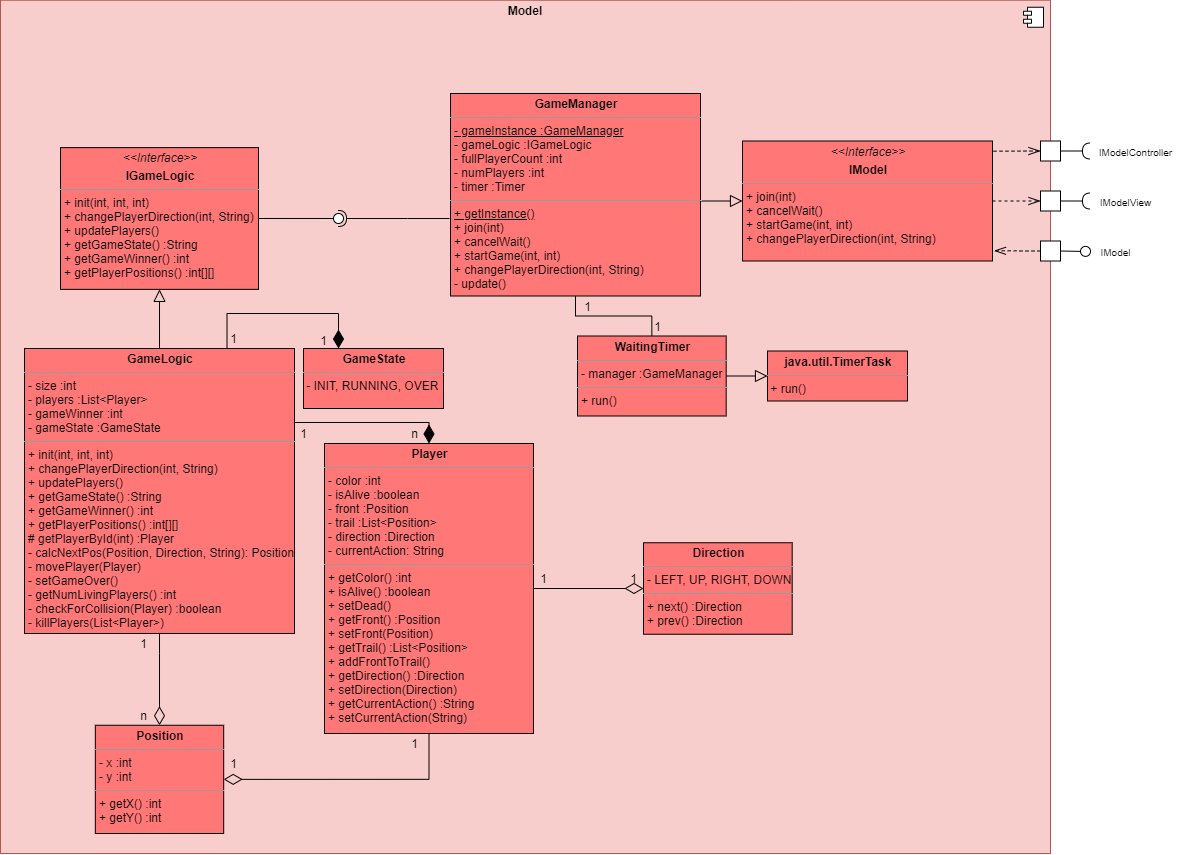
The draw.io diagram Doku/images/Model_Ebene3_Refactor.png in KjellooMelloo/gameoftrons, before a commit. Source tidied: cells renumbered, new cells last; positions are measured from the earlier drawing's top-left corner, leaving out a move shared by most shapes.
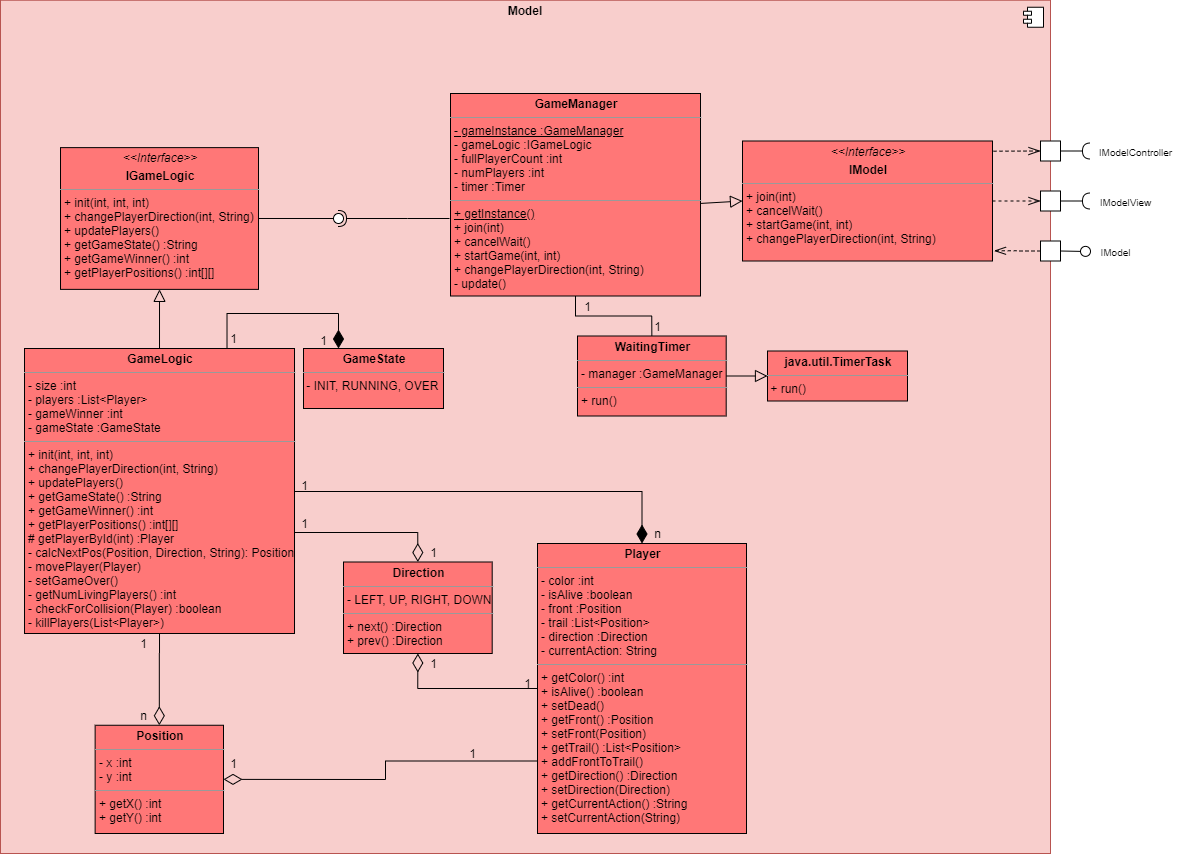
Above is the later version.

The edit, as a diff of the source:
```diff
@@ -35,7 +35,7 @@
       <mxGeometry x="450" y="93" width="250" height="202.5" as="geometry" />
     </mxCell>
     <mxCell id="9" value="&lt;p style=&quot;margin: 0px ; margin-top: 4px ; text-align: center&quot;&gt;&lt;b&gt;Position&lt;/b&gt;&lt;/p&gt;&lt;hr size=&quot;1&quot;&gt;&lt;p style=&quot;margin: 0px ; margin-left: 4px&quot;&gt;- x :int&lt;/p&gt;&lt;p style=&quot;margin: 0px ; margin-left: 4px&quot;&gt;- y :int&lt;/p&gt;&lt;hr size=&quot;1&quot;&gt;&lt;p style=&quot;margin: 0px ; margin-left: 4px&quot;&gt;+ getX() :int&lt;br&gt;+ getY() :int&lt;/p&gt;&lt;p style=&quot;margin: 0px ; margin-left: 4px&quot;&gt;&lt;br&gt;&lt;/p&gt;" style="verticalAlign=top;align=left;overflow=fill;fontSize=12;fontFamily=Helvetica;html=1;fillColor=#FF7777;strokeColor=#000000;" parent="1" vertex="1">
-      <mxGeometry x="94.8" y="724.8" width="128.4" height="108.2" as="geometry" />
+      <mxGeometry x="94.6" y="724.8" width="128.4" height="108.2" as="geometry" />
     </mxCell>
     <mxCell id="10" style="edgeStyle=orthogonalEdgeStyle;rounded=0;jettySize=auto;html=1;entryX=0.5;entryY=1;entryDx=0;entryDy=0;endArrow=block;endFill=0;endSize=10;" parent="1" edge="1" source="11" target="33">
       <mxGeometry relative="1" as="geometry" />
@@ -43,18 +43,19 @@
     <mxCell id="11" value="&lt;p style=&quot;margin: 0px ; margin-top: 4px ; text-align: center&quot;&gt;&lt;b&gt;GameLogic&lt;/b&gt;&lt;/p&gt;&lt;hr size=&quot;1&quot;&gt;&lt;p style=&quot;margin: 0px ; margin-left: 4px&quot;&gt;- size :int&lt;/p&gt;&lt;p style=&quot;margin: 0px ; margin-left: 4px&quot;&gt;- players :List&amp;lt;Player&amp;gt;&lt;/p&gt;&lt;p style=&quot;margin: 0px 0px 0px 4px&quot;&gt;&lt;span&gt;- gameWinner :int&lt;/span&gt;&lt;br&gt;&lt;/p&gt;&lt;p style=&quot;margin: 0px ; margin-left: 4px&quot;&gt;- gameState :GameState&lt;/p&gt;&lt;hr size=&quot;1&quot;&gt;&lt;p style=&quot;margin: 0px ; margin-left: 4px&quot;&gt;&lt;span&gt;+ init(int, int, int)&lt;/span&gt;&lt;/p&gt;&lt;p style=&quot;margin: 0px ; margin-left: 4px&quot;&gt;&lt;span&gt;+ changePlayerDirection(int, String)&lt;/span&gt;&lt;br&gt;&lt;/p&gt;&lt;p style=&quot;margin: 0px ; margin-left: 4px&quot;&gt;&lt;span&gt;+ updatePlayers()&lt;/span&gt;&lt;/p&gt;&lt;p style=&quot;margin: 0px ; margin-left: 4px&quot;&gt;&lt;span&gt;+ getGameState() :String&lt;/span&gt;&lt;br&gt;&lt;/p&gt;&lt;p style=&quot;margin: 0px ; margin-left: 4px&quot;&gt;&lt;span&gt;+ getGameWinner() :int&lt;/span&gt;&lt;/p&gt;&lt;p style=&quot;margin: 0px ; margin-left: 4px&quot;&gt;+ getPlayerPositions() :int[][]&lt;/p&gt;&lt;p style=&quot;margin: 0px ; margin-left: 4px&quot;&gt;&lt;span&gt;# getPlayerById(int) :Player&lt;/span&gt;&lt;br&gt;&lt;/p&gt;&lt;p style=&quot;margin: 0px ; margin-left: 4px&quot;&gt;- calcNextPos(Position, Direction, String): Position&lt;/p&gt;&lt;p style=&quot;margin: 0px ; margin-left: 4px&quot;&gt;- movePlayer(Player)&lt;/p&gt;&lt;p style=&quot;margin: 0px ; margin-left: 4px&quot;&gt;- setGameOver()&lt;/p&gt;&lt;p style=&quot;margin: 0px 0px 0px 4px&quot;&gt;- getNumLivingPlayers() :int&lt;/p&gt;&lt;p style=&quot;margin: 0px 0px 0px 4px&quot;&gt;- checkForCollision(Player) :boolean&lt;/p&gt;&lt;p style=&quot;margin: 0px 0px 0px 4px&quot;&gt;- killPlayers(List&amp;lt;Player&amp;gt;)&lt;/p&gt;" style="verticalAlign=top;align=left;overflow=fill;fontSize=12;fontFamily=Helvetica;html=1;fillColor=#FF7777;strokeColor=#000000;" parent="1" vertex="1">
       <mxGeometry x="24" y="348" width="270" height="285" as="geometry" />
     </mxCell>
-    <mxCell id="12" style="endArrow=diamondThin;endSize=16;endFill=1;shadow=0;strokeWidth=1;rounded=0;edgeStyle=elbowEdgeStyle;elbow=vertical;entryX=0.5;entryY=0;entryDx=0;entryDy=0;exitX=1;exitY=0.25;exitDx=0;exitDy=0;" parent="1" edge="1" source="11" target="14">
+    <mxCell id="12" style="endArrow=diamondThin;endSize=16;endFill=1;shadow=0;strokeWidth=1;rounded=0;edgeStyle=elbowEdgeStyle;elbow=vertical;entryX=0.5;entryY=0;entryDx=0;entryDy=0;" parent="1" edge="1" target="14">
       <mxGeometry relative="1" as="geometry">
+        <mxPoint x="294" y="491" as="sourcePoint" />
         <Array as="points">
-          <mxPoint x="363" y="422" />
+          <mxPoint x="437" y="491" />
         </Array>
       </mxGeometry>
     </mxCell>
-    <mxCell id="13" style="edgeStyle=orthogonalEdgeStyle;rounded=0;jettySize=auto;html=1;entryX=0;entryY=0.5;entryDx=0;entryDy=0;endArrow=diamondThin;endFill=0;endSize=16;" parent="1" edge="1" source="14" target="46">
+    <mxCell id="13" style="edgeStyle=orthogonalEdgeStyle;rounded=0;jettySize=auto;html=1;entryX=0.5;entryY=1;entryDx=0;entryDy=0;endArrow=diamondThin;endFill=0;endSize=16;" parent="1" edge="1" source="14" target="46">
       <mxGeometry relative="1" as="geometry" />
     </mxCell>
     <mxCell id="14" value="&lt;p style=&quot;margin: 0px ; margin-top: 4px ; text-align: center&quot;&gt;&lt;b&gt;Player&lt;/b&gt;&lt;/p&gt;&lt;hr size=&quot;1&quot;&gt;&lt;p style=&quot;margin: 0px ; margin-left: 4px&quot;&gt;&lt;span&gt;- color :int&lt;/span&gt;&lt;/p&gt;&lt;p style=&quot;margin: 0px ; margin-left: 4px&quot;&gt;&lt;span&gt;- isAlive :boolean&lt;/span&gt;&lt;/p&gt;&lt;p style=&quot;margin: 0px ; margin-left: 4px&quot;&gt;- front :Position&lt;/p&gt;&lt;p style=&quot;margin: 0px ; margin-left: 4px&quot;&gt;- trail :List&amp;lt;Position&amp;gt;&lt;/p&gt;&lt;p style=&quot;margin: 0px ; margin-left: 4px&quot;&gt;- direction :Direction&lt;/p&gt;&lt;p style=&quot;margin: 0px ; margin-left: 4px&quot;&gt;- currentAction: String&lt;/p&gt;&lt;hr size=&quot;1&quot;&gt;&lt;p style=&quot;margin: 0px 0px 0px 4px&quot;&gt;&lt;span&gt;+ getColor() :int&lt;/span&gt;&lt;br&gt;&lt;/p&gt;&lt;p style=&quot;margin: 0px ; margin-left: 4px&quot;&gt;&lt;span&gt;+ isAlive() :boolean&lt;/span&gt;&lt;/p&gt;&lt;p style=&quot;margin: 0px ; margin-left: 4px&quot;&gt;&lt;span&gt;+ setDead()&lt;/span&gt;&lt;/p&gt;&lt;p style=&quot;margin: 0px ; margin-left: 4px&quot;&gt;+ getFront() :Position&lt;/p&gt;&lt;p style=&quot;margin: 0px ; margin-left: 4px&quot;&gt;+ setFront(Position)&lt;/p&gt;&lt;p style=&quot;margin: 0px ; margin-left: 4px&quot;&gt;&lt;span&gt;+ getTrail() :List&amp;lt;Position&amp;gt;&lt;/span&gt;&lt;br&gt;&lt;/p&gt;&lt;p style=&quot;margin: 0px ; margin-left: 4px&quot;&gt;&lt;span&gt;+ addFrontToTrail()&lt;/span&gt;&lt;/p&gt;&lt;p style=&quot;margin: 0px ; margin-left: 4px&quot;&gt;+ getDirection() :Direction&lt;/p&gt;&lt;p style=&quot;margin: 0px ; margin-left: 4px&quot;&gt;+ setDirection(Direction)&lt;/p&gt;&lt;p style=&quot;margin: 0px ; margin-left: 4px&quot;&gt;+ getCurrentAction() :String&lt;/p&gt;&lt;p style=&quot;margin: 0px ; margin-left: 4px&quot;&gt;+ setCurrentAction(String)&lt;/p&gt;" style="verticalAlign=top;align=left;overflow=fill;fontSize=12;fontFamily=Helvetica;html=1;fillColor=#FF7777;strokeColor=#000000;" parent="1" vertex="1">
-      <mxGeometry x="324" y="443" width="209" height="290" as="geometry" />
+      <mxGeometry x="537" y="543" width="209" height="290" as="geometry" />
     </mxCell>
     <mxCell id="15" style="rounded=0;whiteSpace=wrap;html=1;" parent="1" vertex="1">
       <mxGeometry x="1040" y="140.5" width="20" height="20" as="geometry" />
@@ -87,16 +88,16 @@
       <mxGeometry x="133" y="633" width="20" height="20" as="geometry" />
     </mxCell>
     <mxCell id="25" value="1" style="text;html=1;align=center;verticalAlign=middle;" parent="1" vertex="1">
-      <mxGeometry x="293" y="423" width="20" height="20" as="geometry" />
+      <mxGeometry x="294" y="474.8" width="20" height="20" as="geometry" />
     </mxCell>
     <mxCell id="26" value="n" style="text;html=1;align=center;verticalAlign=middle;" parent="1" vertex="1">
-      <mxGeometry x="404" y="423" width="20" height="20" as="geometry" />
+      <mxGeometry x="647" y="523" width="20" height="20" as="geometry" />
     </mxCell>
     <mxCell id="27" value="1" style="text;html=1;align=center;verticalAlign=middle;" parent="1" vertex="1">
       <mxGeometry x="223.2" y="753" width="20" height="20" as="geometry" />
     </mxCell>
     <mxCell id="28" value="1" style="text;html=1;align=center;verticalAlign=middle;" parent="1" vertex="1">
-      <mxGeometry x="404" y="733" width="20" height="20" as="geometry" />
+      <mxGeometry x="461.7" y="743" width="20" height="20" as="geometry" />
     </mxCell>
     <mxCell id="29" value="&lt;p style=&quot;margin: 0px ; margin-top: 4px ; text-align: center&quot;&gt;&lt;b&gt;GameState&lt;/b&gt;&lt;/p&gt;&lt;hr size=&quot;1&quot;&gt;&lt;div style=&quot;height: 2px&quot;&gt;&amp;nbsp;- INIT, RUNNING, OVER&lt;/div&gt;" style="verticalAlign=top;align=left;overflow=fill;fontSize=12;fontFamily=Helvetica;html=1;fillColor=#FF7777;" parent="1" vertex="1">
       <mxGeometry x="303" y="348" width="140" height="60" as="geometry" />
@@ -142,10 +143,10 @@
       <mxGeometry x="333" y="213" width="10" height="10" as="geometry" />
     </mxCell>
     <mxCell id="39" value="1" style="text;html=1;align=center;verticalAlign=middle;" parent="1" vertex="1">
-      <mxGeometry x="533" y="568" width="20" height="20" as="geometry" />
+      <mxGeometry x="517" y="673" width="20" height="20" as="geometry" />
     </mxCell>
     <mxCell id="40" value="1" style="text;html=1;align=center;verticalAlign=middle;" parent="1" vertex="1">
-      <mxGeometry x="623" y="568" width="20" height="20" as="geometry" />
+      <mxGeometry x="423" y="653" width="20" height="20" as="geometry" />
     </mxCell>
     <mxCell id="41" style="rounded=0;whiteSpace=wrap;html=1;" parent="1" vertex="1">
       <mxGeometry x="1040" y="190.5" width="20" height="20" as="geometry" />
@@ -163,11 +164,11 @@
     <mxCell id="44" style="rounded=0;jettySize=auto;html=1;endArrow=halfCircle;endFill=0;endSize=6;strokeWidth=1;exitX=1;exitY=0.5;exitDx=0;exitDy=0;" parent="1" edge="1" source="41" target="43">
       <mxGeometry relative="1" as="geometry" />
     </mxCell>
-    <mxCell id="45" style="edgeStyle=orthogonalEdgeStyle;rounded=0;jettySize=auto;html=1;entryX=1;entryY=0.5;entryDx=0;entryDy=0;endArrow=diamondThin;endFill=0;endSize=16;exitX=0.5;exitY=1;exitDx=0;exitDy=0;" parent="1" edge="1" source="14" target="9">
+    <mxCell id="45" style="edgeStyle=orthogonalEdgeStyle;rounded=0;jettySize=auto;html=1;entryX=1;entryY=0.5;entryDx=0;entryDy=0;endArrow=diamondThin;endFill=0;endSize=16;exitX=0;exitY=0.75;exitDx=0;exitDy=0;" parent="1" edge="1" source="14" target="9">
       <mxGeometry relative="1" as="geometry" />
     </mxCell>
     <mxCell id="46" value="&lt;p style=&quot;margin: 0px ; margin-top: 4px ; text-align: center&quot;&gt;&lt;b&gt;Direction&lt;/b&gt;&lt;/p&gt;&lt;hr size=&quot;1&quot;&gt;&lt;p style=&quot;margin: 0px ; margin-left: 4px&quot;&gt;- LEFT, UP, RIGHT, DOWN&lt;br&gt;&lt;/p&gt;&lt;hr size=&quot;1&quot;&gt;&lt;p style=&quot;margin: 0px ; margin-left: 4px&quot;&gt;+ next() :Direction&lt;/p&gt;&lt;p style=&quot;margin: 0px ; margin-left: 4px&quot;&gt;+ prev() :Direction&lt;/p&gt;" style="verticalAlign=top;align=left;overflow=fill;fontSize=12;fontFamily=Helvetica;html=1;fillColor=#FF7777;strokeColor=#000000;" parent="1" vertex="1">
-      <mxGeometry x="643" y="542.2" width="148.7" height="91.5" as="geometry" />
+      <mxGeometry x="343" y="561.5" width="148.7" height="91.5" as="geometry" />
     </mxCell>
     <mxCell id="47" style="edgeStyle=orthogonalEdgeStyle;rounded=0;jettySize=auto;html=1;endArrow=block;endFill=0;endSize=10;exitX=1;exitY=0.5;exitDx=0;exitDy=0;" parent="1" edge="1" source="51" target="48">
       <mxGeometry relative="1" as="geometry" />
@@ -184,5 +185,19 @@
     <mxCell id="51" value="&lt;p style=&quot;margin: 0px ; margin-top: 4px ; text-align: center&quot;&gt;&lt;b&gt;WaitingTimer&lt;/b&gt;&lt;/p&gt;&lt;hr size=&quot;1&quot;&gt;&lt;p style=&quot;margin: 0px ; margin-left: 4px&quot;&gt;- manager :GameManager&lt;br&gt;&lt;/p&gt;&lt;hr size=&quot;1&quot;&gt;&lt;p style=&quot;margin: 0px ; margin-left: 4px&quot;&gt;+ run()&lt;/p&gt;" style="verticalAlign=top;align=left;overflow=fill;fontSize=12;fontFamily=Helvetica;html=1;fillColor=#FF7777;strokeColor=#000000;" parent="1" vertex="1">
       <mxGeometry x="577" y="335.5" width="148.7" height="80" as="geometry" />
     </mxCell>
+    <mxCell id="52" style="edgeStyle=orthogonalEdgeStyle;rounded=0;jettySize=auto;html=1;entryX=0.5;entryY=0;entryDx=0;entryDy=0;endArrow=diamondThin;endFill=0;endSize=16;exitX=1;exitY=0.75;exitDx=0;exitDy=0;" parent="1" edge="1" source="11" target="46">
+      <mxGeometry relative="1" as="geometry">
+        <Array as="points">
+          <mxPoint x="294" y="532" />
+          <mxPoint x="417" y="532" />
+        </Array>
+      </mxGeometry>
+    </mxCell>
+    <mxCell id="53" value="1" style="text;html=1;align=center;verticalAlign=middle;" parent="1" vertex="1">
+      <mxGeometry x="423" y="541.5" width="20" height="20" as="geometry" />
+    </mxCell>
+    <mxCell id="54" value="1" style="text;html=1;align=center;verticalAlign=middle;" parent="1" vertex="1">
+      <mxGeometry x="294" y="513" width="20" height="20" as="geometry" />
+    </mxCell>
   </root>
 </mxGraphModel>
```
